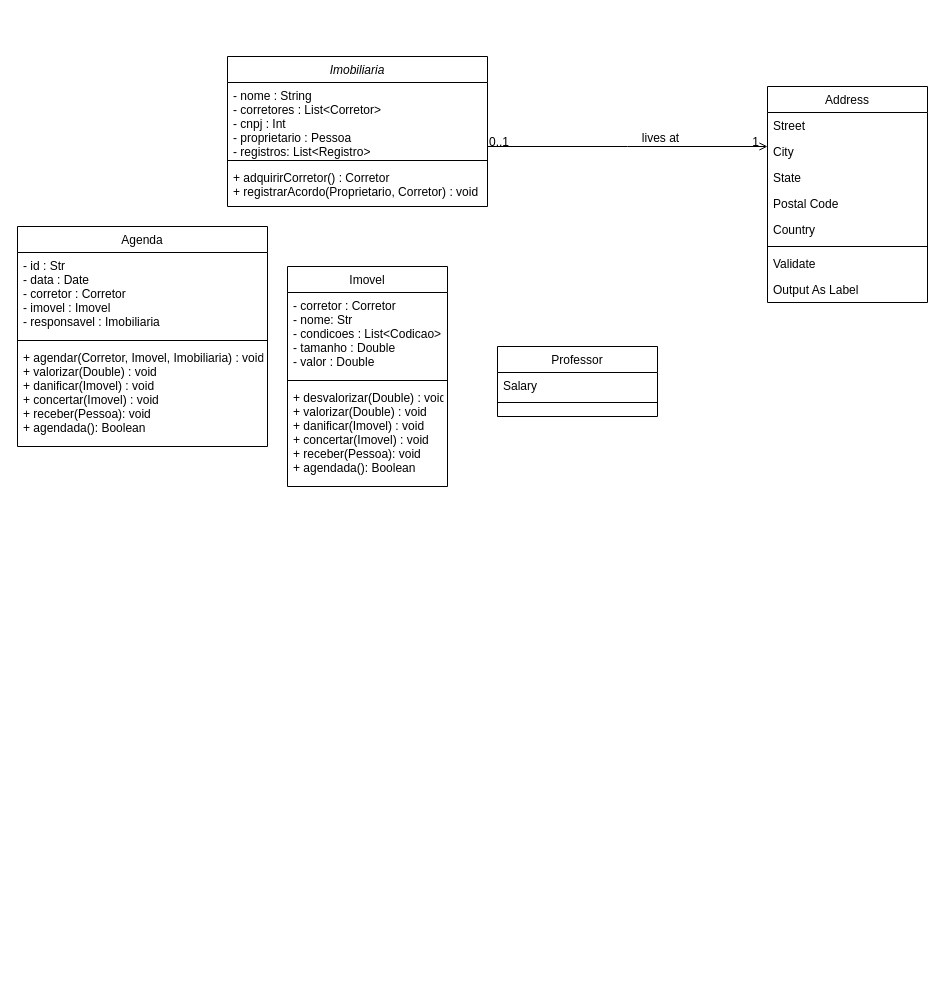
Sant-Thiago/Estudos keeps this draw.io diagram as Diagrama sem nome.drawio. Above is the earlier version. Source tidied: cells renumbered, new cells numbered last; positions are measured from the earlier drawing's top-left corner, leaving out a move shared by most shapes. Both pictures are drawn from the tidied source at 100%, with x=0, y=0 at pixel (17, 56).
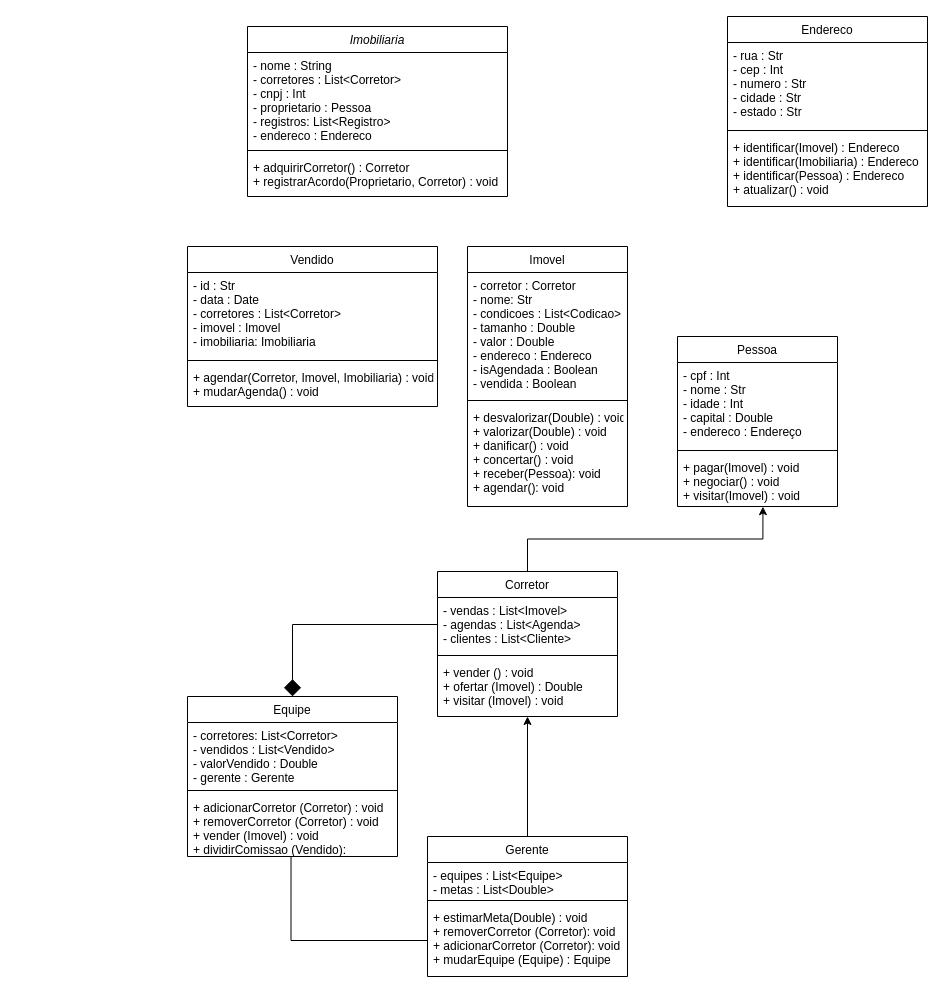
Above is the later version.

Diff of the diagram source:
```diff
@@
     <mxCell id="2" value="Imobiliaria" style="swimlane;fontStyle=2;align=center;verticalAlign=top;horizontal=1;startSize=26;rounded=0;shadow=0;strokeWidth=1;" parent="1" vertex="1">
-      <mxGeometry x="210" width="260" height="150" as="geometry" />
+      <mxGeometry x="230" y="-30" width="260" height="170" as="geometry" />
     </mxCell>
-    <mxCell id="3" value="- nome : String&#10;- corretores : List&lt;Corretor&gt;&#10;- cnpj : Int&#10;- proprietario : Pessoa&#10;- registros: List&lt;Registro&gt;" style="text;align=left;verticalAlign=top;spacingLeft=4;spacingRight=4;overflow=hidden;" parent="2" vertex="1">
-      <mxGeometry y="26" width="260" height="74" as="geometry" />
+    <mxCell id="3" value="- nome : String&#10;- corretores : List&lt;Corretor&gt;&#10;- cnpj : Int&#10;- proprietario : Pessoa&#10;- registros: List&lt;Registro&gt;&#10;- endereco : Endereco" style="text;align=left;verticalAlign=top;spacingLeft=4;spacingRight=4;overflow=hidden;" parent="2" vertex="1">
+      <mxGeometry y="26" width="260" height="94" as="geometry" />
     </mxCell>
     <mxCell id="4" style="line;html=1;strokeWidth=1;align=left;verticalAlign=middle;spacingTop=-1;spacingLeft=3;spacingRight=3;labelPosition=right;" parent="2" vertex="1">
-      <mxGeometry y="100" width="260" height="8" as="geometry" />
+      <mxGeometry y="120" width="260" height="8" as="geometry" />
     </mxCell>
     <mxCell id="5" value="+ adquirirCorretor() : Corretor&#10;+ registrarAcordo(Proprietario, Corretor) : void&#10;" style="text;align=left;verticalAlign=top;spacingLeft=4;spacingRight=4;overflow=hidden;" parent="2" vertex="1">
-      <mxGeometry y="108" width="260" height="42" as="geometry" />
+      <mxGeometry y="128" width="260" height="42" as="geometry" />
     </mxCell>
     <mxCell id="6" value="Imovel" style="swimlane;fontStyle=0;align=center;verticalAlign=top;horizontal=1;startSize=26;rounded=0;shadow=0;strokeWidth=1;" parent="1" vertex="1">
-      <mxGeometry x="270" y="210" width="160" height="220" as="geometry" />
+      <mxGeometry x="450" y="190" width="160" height="260" as="geometry" />
     </mxCell>
-    <mxCell id="7" value="- corretor : Corretor&#10;- nome: Str&#10;- condicoes : List&lt;Codicao&gt;&#10;- tamanho : Double&#10;- valor : Double" style="text;align=left;verticalAlign=top;spacingLeft=4;spacingRight=4;overflow=hidden;" parent="6" vertex="1">
-      <mxGeometry y="26" width="160" height="84" as="geometry" />
+    <mxCell id="7" value="- corretor : Corretor&#10;- nome: Str&#10;- condicoes : List&lt;Codicao&gt;&#10;- tamanho : Double&#10;- valor : Double&#10;- endereco : Endereco&#10;- isAgendada : Boolean&#10;- vendida : Boolean" style="text;align=left;verticalAlign=top;spacingLeft=4;spacingRight=4;overflow=hidden;" parent="6" vertex="1">
+      <mxGeometry y="26" width="160" height="124" as="geometry" />
     </mxCell>
     <mxCell id="8" style="line;html=1;strokeWidth=1;align=left;verticalAlign=middle;spacingTop=-1;spacingLeft=3;spacingRight=3;labelPosition=right;" parent="6" vertex="1">
-      <mxGeometry y="110" width="160" height="8" as="geometry" />
+      <mxGeometry y="150" width="160" height="8" as="geometry" />
     </mxCell>
-    <mxCell id="9" value="+ desvalorizar(Double) : void&#10;+ valorizar(Double) : void&#10;+ danificar(Imovel) : void&#10;+ concertar(Imovel) : void&#10;+ receber(Pessoa): void&#10;+ agendada(): Boolean" style="text;align=left;verticalAlign=top;spacingLeft=4;spacingRight=4;overflow=hidden;" parent="6" vertex="1">
-      <mxGeometry y="118" width="160" height="102" as="geometry" />
+    <mxCell id="9" value="+ desvalorizar(Double) : void&#10;+ valorizar(Double) : void&#10;+ danificar() : void&#10;+ concertar() : void&#10;+ receber(Pessoa): void&#10;+ agendar(): void" style="text;align=left;verticalAlign=top;spacingLeft=4;spacingRight=4;overflow=hidden;" parent="6" vertex="1">
+      <mxGeometry y="158" width="160" height="102" as="geometry" />
     </mxCell>
-    <mxCell id="10" value="Professor" style="swimlane;fontStyle=0;align=center;verticalAlign=top;horizontal=1;startSize=26;rounded=0;shadow=0;strokeWidth=1;" parent="1" vertex="1">
-      <mxGeometry x="480" y="290" width="160" height="70" as="geometry" />
+    <mxCell id="10" value="Pessoa" style="swimlane;fontStyle=0;align=center;verticalAlign=top;horizontal=1;startSize=26;rounded=0;shadow=0;strokeWidth=1;" parent="1" vertex="1">
+      <mxGeometry x="660" y="280" width="160" height="170" as="geometry" />
     </mxCell>
-    <mxCell id="11" value="Salary" style="text;align=left;verticalAlign=top;spacingLeft=4;spacingRight=4;overflow=hidden;" parent="10" vertex="1">
-      <mxGeometry y="26" width="160" height="26" as="geometry" />
+    <mxCell id="11" value="- cpf : Int&#10;- nome : Str&#10;- idade : Int&#10;- capital : Double&#10;- endereco : Endereço" style="text;align=left;verticalAlign=top;spacingLeft=4;spacingRight=4;overflow=hidden;" parent="10" vertex="1">
+      <mxGeometry y="26" width="160" height="84" as="geometry" />
     </mxCell>
     <mxCell id="12" style="line;html=1;strokeWidth=1;align=left;verticalAlign=middle;spacingTop=-1;spacingLeft=3;spacingRight=3;labelPosition=right;" parent="10" vertex="1">
-      <mxGeometry y="52" width="160" height="8" as="geometry" />
+      <mxGeometry y="110" width="160" height="8" as="geometry" />
     </mxCell>
+    <mxCell id="30" value="+ pagar(Imovel) : void&#10;+ negociar() : void&#10;+ visitar(Imovel) : void&#10;" style="text;align=left;verticalAlign=top;spacingLeft=4;spacingRight=4;overflow=hidden;points=[[0,0.5],[1,0.5]];portConstraint=eastwest;" parent="10" vertex="1">
+      <mxGeometry y="118" width="160" height="52" as="geometry" />
+    </mxCell>
-    <mxCell id="13" value="Address" style="swimlane;fontStyle=0;align=center;verticalAlign=top;horizontal=1;startSize=26;rounded=0;shadow=0;strokeWidth=1;" parent="1" vertex="1">
-      <mxGeometry x="750" y="30" width="160" height="216" as="geometry" />
+    <mxCell id="13" value="Endereco" style="swimlane;fontStyle=0;align=center;verticalAlign=top;horizontal=1;startSize=26;rounded=0;shadow=0;strokeWidth=1;" parent="1" vertex="1">
+      <mxGeometry x="710" y="-40" width="200" height="190" as="geometry" />
     </mxCell>
-    <mxCell id="14" value="Street" style="text;align=left;verticalAlign=top;spacingLeft=4;spacingRight=4;overflow=hidden;" parent="13" vertex="1">
-      <mxGeometry y="26" width="160" height="26" as="geometry" />
+    <mxCell id="14" value="- rua : Str&#10;- cep : Int&#10;- numero : Str&#10;- cidade : Str&#10;- estado : Str" style="text;align=left;verticalAlign=top;spacingLeft=4;spacingRight=4;overflow=hidden;" parent="13" vertex="1">
+      <mxGeometry y="26" width="200" height="84" as="geometry" />
     </mxCell>
-    <mxCell id="15" value="City" style="text;align=left;verticalAlign=top;spacingLeft=4;spacingRight=4;overflow=hidden;rounded=0;shadow=0;html=0;" parent="13" vertex="1">
-      <mxGeometry y="52" width="160" height="26" as="geometry" />
-    </mxCell>
-    <mxCell id="16" value="State" style="text;align=left;verticalAlign=top;spacingLeft=4;spacingRight=4;overflow=hidden;rounded=0;shadow=0;html=0;" parent="13" vertex="1">
-      <mxGeometry y="78" width="160" height="26" as="geometry" />
-    </mxCell>
-    <mxCell id="17" value="Postal Code" style="text;align=left;verticalAlign=top;spacingLeft=4;spacingRight=4;overflow=hidden;rounded=0;shadow=0;html=0;" parent="13" vertex="1">
-      <mxGeometry y="104" width="160" height="26" as="geometry" />
-    </mxCell>
-    <mxCell id="18" value="Country" style="text;align=left;verticalAlign=top;spacingLeft=4;spacingRight=4;overflow=hidden;rounded=0;shadow=0;html=0;" parent="13" vertex="1">
-      <mxGeometry y="130" width="160" height="26" as="geometry" />
-    </mxCell>
     <mxCell id="19" style="line;html=1;strokeWidth=1;align=left;verticalAlign=middle;spacingTop=-1;spacingLeft=3;spacingRight=3;labelPosition=right;" parent="13" vertex="1">
-      <mxGeometry y="156" width="160" height="8" as="geometry" />
+      <mxGeometry y="110" width="200" height="8" as="geometry" />
     </mxCell>
-    <mxCell id="20" value="Validate" style="text;align=left;verticalAlign=top;spacingLeft=4;spacingRight=4;overflow=hidden;" parent="13" vertex="1">
-      <mxGeometry y="164" width="160" height="26" as="geometry" />
+    <mxCell id="20" value="+ identificar(Imovel) : Endereco&#10;+ identificar(Imobiliaria) : Endereco&#10;+ identificar(Pessoa) : Endereco&#10;+ atualizar() : void" style="text;align=left;verticalAlign=top;spacingLeft=4;spacingRight=4;overflow=hidden;" parent="13" vertex="1">
+      <mxGeometry y="118" width="200" height="72" as="geometry" />
     </mxCell>
-    <mxCell id="21" value="Output As Label" style="text;align=left;verticalAlign=top;spacingLeft=4;spacingRight=4;overflow=hidden;" parent="13" vertex="1">
-      <mxGeometry y="190" width="160" height="26" as="geometry" />
-    </mxCell>
-    <mxCell id="22" style="endArrow=open;shadow=0;strokeWidth=1;rounded=0;curved=0;endFill=1;edgeStyle=elbowEdgeStyle;elbow=vertical;" parent="1" edge="1" source="2" target="13">
-      <mxGeometry x="0.5" y="41" relative="1" as="geometry">
-        <mxPoint x="-40" y="32" as="offset" />
-      </mxGeometry>
-    </mxCell>
-    <mxCell id="23" value="0..1" style="align=left;verticalAlign=bottom;labelBackgroundColor=none;fontSize=12;" parent="22" vertex="1">
-      <mxGeometry x="-1" relative="1" as="geometry">
-        <mxPoint y="4" as="offset" />
-      </mxGeometry>
-    </mxCell>
-    <mxCell id="24" value="1" style="align=right;verticalAlign=bottom;labelBackgroundColor=none;fontSize=12;" parent="22" vertex="1">
-      <mxGeometry x="1" relative="1" as="geometry">
-        <mxPoint x="-7" y="4" as="offset" />
-      </mxGeometry>
-    </mxCell>
-    <mxCell id="25" value="lives at" style="text;html=1;align=center;verticalAlign=middle;labelBackgroundColor=none;rounded=0;shadow=0;strokeWidth=1;fontSize=12;" parent="22" vertex="1">
-      <mxGeometry x="0.5" y="49" relative="1" as="geometry">
-        <mxPoint x="-38" y="40" as="offset" />
-      </mxGeometry>
-    </mxCell>
-    <mxCell id="26" value="Agenda" style="swimlane;fontStyle=0;align=center;verticalAlign=top;horizontal=1;startSize=26;rounded=0;shadow=0;strokeWidth=1;" parent="1" vertex="1">
-      <mxGeometry y="170" width="250" height="220" as="geometry" />
-    </mxCell>
-    <mxCell id="27" value="- id : Str&#10;- data : Date&#10;- corretor : Corretor&#10;- imovel : Imovel&#10;- responsavel : Imobiliaria" style="text;align=left;verticalAlign=top;spacingLeft=4;spacingRight=4;overflow=hidden;" parent="26" vertex="1">
-      <mxGeometry y="26" width="250" height="84" as="geometry" />
-    </mxCell>
+    <mxCell id="31" value="Corretor" style="swimlane;fontStyle=0;align=center;verticalAlign=top;horizontal=1;startSize=26;rounded=0;shadow=0;strokeWidth=1;" parent="1" vertex="1">
+      <mxGeometry x="420" y="515" width="180" height="145" as="geometry" />
+    </mxCell>
+    <mxCell id="32" value="- vendas : List&lt;Imovel&gt;&#10;- agendas : List&lt;Agenda&gt; &#10;- clientes : List&lt;Cliente&gt;&#10;" style="text;align=left;verticalAlign=top;spacingLeft=4;spacingRight=4;overflow=hidden;points=[[0,0.5],[1,0.5]];portConstraint=eastwest;" parent="31" vertex="1">
+      <mxGeometry y="26" width="180" height="54" as="geometry" />
+    </mxCell>
+    <mxCell id="33" style="line;html=1;strokeWidth=1;align=left;verticalAlign=middle;spacingTop=-1;spacingLeft=3;spacingRight=3;labelPosition=right;" parent="31" vertex="1">
+      <mxGeometry y="80" width="180" height="8" as="geometry" />
+    </mxCell>
+    <mxCell id="34" value="+ vender () : void&#10;+ ofertar (Imovel) : Double&#10;+ visitar (Imovel) : void&#10;" style="text;align=left;verticalAlign=top;spacingLeft=4;spacingRight=4;overflow=hidden;" parent="31" vertex="1">
+      <mxGeometry y="88" width="180" height="52" as="geometry" />
+    </mxCell>
+    <mxCell id="35" value="Vendido" style="swimlane;fontStyle=0;align=center;verticalAlign=top;horizontal=1;startSize=26;rounded=0;shadow=0;strokeWidth=1;" parent="1" vertex="1">
+      <mxGeometry x="170" y="190" width="250" height="160" as="geometry" />
+    </mxCell>
+    <mxCell id="36" value="- id : Str&#10;- data : Date&#10;- corretores : List&lt;Corretor&gt;&#10;- imovel : Imovel&#10;- imobiliaria: Imobiliaria" style="text;align=left;verticalAlign=top;spacingLeft=4;spacingRight=4;overflow=hidden;" parent="35" vertex="1">
+      <mxGeometry y="26" width="250" height="84" as="geometry" />
+    </mxCell>
-    <mxCell id="28" style="line;html=1;strokeWidth=1;align=left;verticalAlign=middle;spacingTop=-1;spacingLeft=3;spacingRight=3;labelPosition=right;" parent="26" vertex="1">
+    <mxCell id="28" style="line;html=1;strokeWidth=1;align=left;verticalAlign=middle;spacingTop=-1;spacingLeft=3;spacingRight=3;labelPosition=right;" parent="35" vertex="1">
       <mxGeometry y="110" width="250" height="8" as="geometry" />
     </mxCell>
-    <mxCell id="29" value="+ agendar(Corretor, Imovel, Imobiliaria) : void&#10;+ valorizar(Double) : void&#10;+ danificar(Imovel) : void&#10;+ concertar(Imovel) : void&#10;+ receber(Pessoa): void&#10;+ agendada(): Boolean" style="text;align=left;verticalAlign=top;spacingLeft=4;spacingRight=4;overflow=hidden;" parent="26" vertex="1">
-      <mxGeometry y="118" width="250" height="102" as="geometry" />
-    </mxCell>
+    <mxCell id="37" value="+ agendar(Corretor, Imovel, Imobiliaria) : void&#10;+ mudarAgenda() : void" style="text;align=left;verticalAlign=top;spacingLeft=4;spacingRight=4;overflow=hidden;" parent="35" vertex="1">
+      <mxGeometry y="118" width="250" height="42" as="geometry" />
+    </mxCell>
+    <mxCell id="38" style="edgeStyle=orthogonalEdgeStyle;rounded=0;jettySize=auto;html=1;entryX=0.5;entryY=1;entryDx=0;entryDy=0;" parent="1" edge="1" source="39" target="31">
+      <mxGeometry relative="1" as="geometry" />
+    </mxCell>
+    <mxCell id="39" value="Gerente" style="swimlane;fontStyle=0;align=center;verticalAlign=top;horizontal=1;startSize=26;rounded=0;shadow=0;strokeWidth=1;" parent="1" vertex="1">
+      <mxGeometry x="410" y="780" width="200" height="140" as="geometry" />
+    </mxCell>
+    <mxCell id="40" value="- equipes : List&lt;Equipe&gt;&#10;- metas : List&lt;Double&gt; &#10;" style="text;align=left;verticalAlign=top;spacingLeft=4;spacingRight=4;overflow=hidden;" parent="39" vertex="1">
+      <mxGeometry y="26" width="200" height="34" as="geometry" />
+    </mxCell>
+    <mxCell id="41" style="line;html=1;strokeWidth=1;align=left;verticalAlign=middle;spacingTop=-1;spacingLeft=3;spacingRight=3;labelPosition=right;" parent="39" vertex="1">
+      <mxGeometry y="60" width="200" height="8" as="geometry" />
+    </mxCell>
+    <mxCell id="42" value="+ estimarMeta(Double) : void&#10;+ removerCorretor (Corretor): void&#10;+ adicionarCorretor (Corretor): void&#10;+ mudarEquipe (Equipe) : Equipe" style="text;align=left;verticalAlign=top;spacingLeft=4;spacingRight=4;overflow=hidden;points=[[0,0.5],[1,0.5]];portConstraint=eastwest;" parent="39" vertex="1">
+      <mxGeometry y="68" width="200" height="72" as="geometry" />
+    </mxCell>
+    <mxCell id="43" style="edgeStyle=orthogonalEdgeStyle;rounded=0;jettySize=auto;html=1;entryX=0.534;entryY=1.003;entryDx=0;entryDy=0;entryPerimeter=0;" parent="1" edge="1" source="31" target="30">
+      <mxGeometry relative="1" as="geometry" />
+    </mxCell>
+    <mxCell id="44" value="Equipe" style="swimlane;fontStyle=0;align=center;verticalAlign=top;horizontal=1;startSize=26;rounded=0;shadow=0;strokeWidth=1;" parent="1" vertex="1">
+      <mxGeometry x="170" y="640" width="210" height="160" as="geometry" />
+    </mxCell>
+    <mxCell id="45" value="- corretores: List&lt;Corretor&gt;&#10;- vendidos : List&lt;Vendido&gt; &#10;- valorVendido : Double&#10;- gerente : Gerente&#10;" style="text;align=left;verticalAlign=top;spacingLeft=4;spacingRight=4;overflow=hidden;" parent="44" vertex="1">
+      <mxGeometry y="26" width="210" height="64" as="geometry" />
+    </mxCell>
+    <mxCell id="46" style="line;html=1;strokeWidth=1;align=left;verticalAlign=middle;spacingTop=-1;spacingLeft=3;spacingRight=3;labelPosition=right;" parent="44" vertex="1">
+      <mxGeometry y="90" width="210" height="8" as="geometry" />
+    </mxCell>
+    <mxCell id="47" value="+ adicionarCorretor (Corretor) : void&#10;+ removerCorretor (Corretor) : void&#10;+ vender (Imovel) : void&#10;+ dividirComissao (Vendido): " style="text;align=left;verticalAlign=top;spacingLeft=4;spacingRight=4;overflow=hidden;points=[[0,0.5],[1,0.5]];portConstraint=eastwest;" parent="44" vertex="1">
+      <mxGeometry y="98" width="210" height="62" as="geometry" />
+    </mxCell>
+    <mxCell id="48" style="edgeStyle=orthogonalEdgeStyle;rounded=0;jettySize=auto;html=1;entryX=0.493;entryY=1.002;entryDx=0;entryDy=0;entryPerimeter=0;endArrow=none;endFill=0;" parent="1" edge="1" source="42" target="47">
+      <mxGeometry relative="1" as="geometry" />
+    </mxCell>
+    <mxCell id="49" style="edgeStyle=orthogonalEdgeStyle;rounded=0;jettySize=auto;html=1;endArrow=diamond;endFill=1;endSize=15;" parent="1" edge="1" source="32" target="44">
+      <mxGeometry relative="1" as="geometry" />
+    </mxCell>
```
